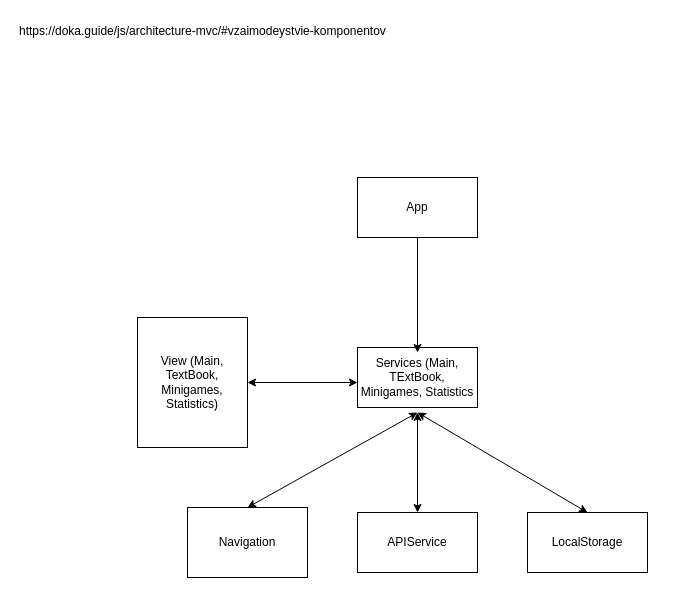
The draw.io diagram schemav2.drawio in Vonubat/rs-lang, before the edit. Source tidied: cells renumbered, new cells numbered last; positions are measured from the earlier drawing's top-left corner, leaving out a move shared by most shapes. Both pictures are drawn from the tidied source at 100%, with x=0, y=0 at pixel (17, 17).
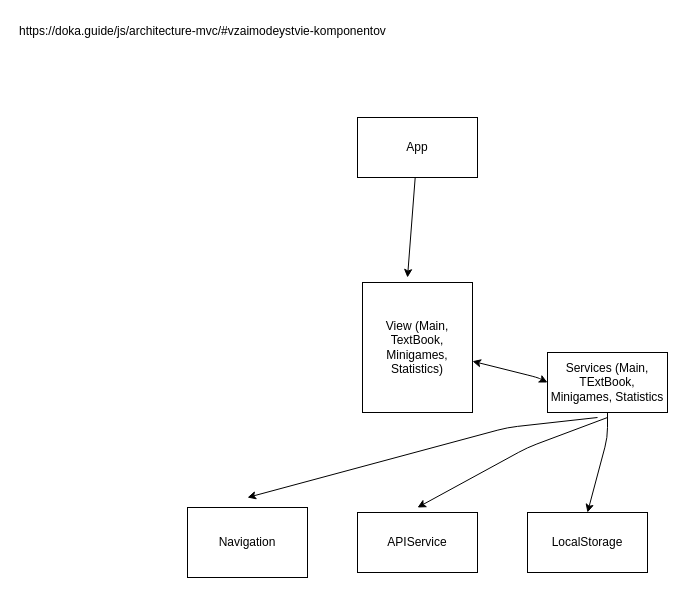
The same diagram, later.

The change refers to these unchanged cells:
```xml
<mxCell id="4" value="APIService" style="rounded=0;whiteSpace=wrap;html=1;" parent="1" vertex="1">
  <mxGeometry x="340" y="495" width="120" height="60" as="geometry" />
</mxCell>
<mxCell id="5" value="LocalStorage" style="rounded=0;whiteSpace=wrap;html=1;" parent="1" vertex="1">
  <mxGeometry x="510" y="495" width="120" height="60" as="geometry" />
</mxCell>
<mxCell id="6" value="Navigation" style="rounded=0;whiteSpace=wrap;html=1;" parent="1" vertex="1">
  <mxGeometry x="170" y="490" width="120" height="70" as="geometry" />
</mxCell>
```

The edit, as a diff of the source:
```diff
@@
     <mxCell id="2" value="View (Main, TextBook, Minigames, Statistics)" style="rounded=0;whiteSpace=wrap;html=1;" parent="1" vertex="1">
-      <mxGeometry x="120" y="300" width="110" height="130" as="geometry" />
+      <mxGeometry x="345" y="265" width="110" height="130" as="geometry" />
     </mxCell>
+    <mxCell id="14" style="edgeStyle=none;html=1;entryX=0.5;entryY=0;entryDx=0;entryDy=0;" parent="1" edge="1" source="3" target="5">
+      <mxGeometry relative="1" as="geometry">
+        <Array as="points">
+          <mxPoint x="590" y="420" />
+        </Array>
+      </mxGeometry>
+    </mxCell>
     <mxCell id="3" value="Services (Main, TExtBook, Minigames, Statistics" style="rounded=0;whiteSpace=wrap;html=1;" parent="1" vertex="1">
-      <mxGeometry x="340" y="330" width="120" height="60" as="geometry" />
+      <mxGeometry x="530" y="335" width="120" height="60" as="geometry" />
     </mxCell>
@@
-    <mxCell id="7" style="endArrow=classic;startArrow=classic;html=1;entryX=0;entryY=0.5;entryDx=0;entryDy=0;exitX=1;exitY=0.5;exitDx=0;exitDy=0;" parent="1" edge="1" source="2">
+    <mxCell id="7" style="endArrow=classic;startArrow=classic;html=1;exitX=0;exitY=0.5;exitDx=0;exitDy=0;" parent="1" edge="1" source="3" target="2">
       <mxGeometry relative="1" as="geometry">
-        <mxPoint x="340" y="365" as="targetPoint" />
+        <Array as="points">
+          <mxPoint x="520" y="360" />
+        </Array>
       </mxGeometry>
     </mxCell>
     <mxCell id="8" value="App" style="rounded=0;whiteSpace=wrap;html=1;" parent="1" vertex="1">
-      <mxGeometry x="340" y="160" width="120" height="60" as="geometry" />
+      <mxGeometry x="340" y="100" width="120" height="60" as="geometry" />
     </mxCell>
-    <mxCell id="9" style="endArrow=classic;html=1;entryX=0.5;entryY=0;entryDx=0;entryDy=0;" parent="1" edge="1" source="8">
+    <mxCell id="9" style="endArrow=classic;html=1;" parent="1" edge="1" source="8">
       <mxGeometry relative="1" as="geometry">
-        <mxPoint x="400" y="335" as="targetPoint" />
+        <mxPoint x="390" y="260" as="targetPoint" />
       </mxGeometry>
     </mxCell>
-    <mxCell id="10" style="endArrow=classic;startArrow=classic;html=1;exitX=0.5;exitY=0;exitDx=0;exitDy=0;entryX=0.5;entryY=1;entryDx=0;entryDy=0;" parent="1" edge="1" source="6">
-      <mxGeometry relative="1" as="geometry">
-        <mxPoint x="400" y="395" as="targetPoint" />
-      </mxGeometry>
-    </mxCell>
-    <mxCell id="11" style="endArrow=classic;startArrow=classic;html=1;exitX=0.5;exitY=0;exitDx=0;exitDy=0;entryX=0.5;entryY=1;entryDx=0;entryDy=0;" parent="1" edge="1" source="4">
-      <mxGeometry relative="1" as="geometry">
-        <mxPoint x="400" y="395" as="targetPoint" />
-      </mxGeometry>
-    </mxCell>
-    <mxCell id="12" style="endArrow=classic;startArrow=classic;html=1;exitX=0.5;exitY=0;exitDx=0;exitDy=0;entryX=0.5;entryY=1;entryDx=0;entryDy=0;" parent="1" edge="1" source="5">
-      <mxGeometry relative="1" as="geometry">
-        <mxPoint x="400" y="395" as="targetPoint" />
-      </mxGeometry>
-    </mxCell>
@@
+    <mxCell id="15" style="edgeStyle=none;html=1;" parent="1" edge="1">
+      <mxGeometry relative="1" as="geometry">
+        <mxPoint x="590" y="400" as="sourcePoint" />
+        <mxPoint x="400" y="490" as="targetPoint" />
+        <Array as="points">
+          <mxPoint x="510" y="430" />
+        </Array>
+      </mxGeometry>
+    </mxCell>
+    <mxCell id="16" style="edgeStyle=none;html=1;" parent="1" edge="1">
+      <mxGeometry relative="1" as="geometry">
+        <mxPoint x="580" y="400" as="sourcePoint" />
+        <mxPoint x="230" y="480" as="targetPoint" />
+        <Array as="points">
+          <mxPoint x="490" y="410" />
+        </Array>
+      </mxGeometry>
+    </mxCell>
```
